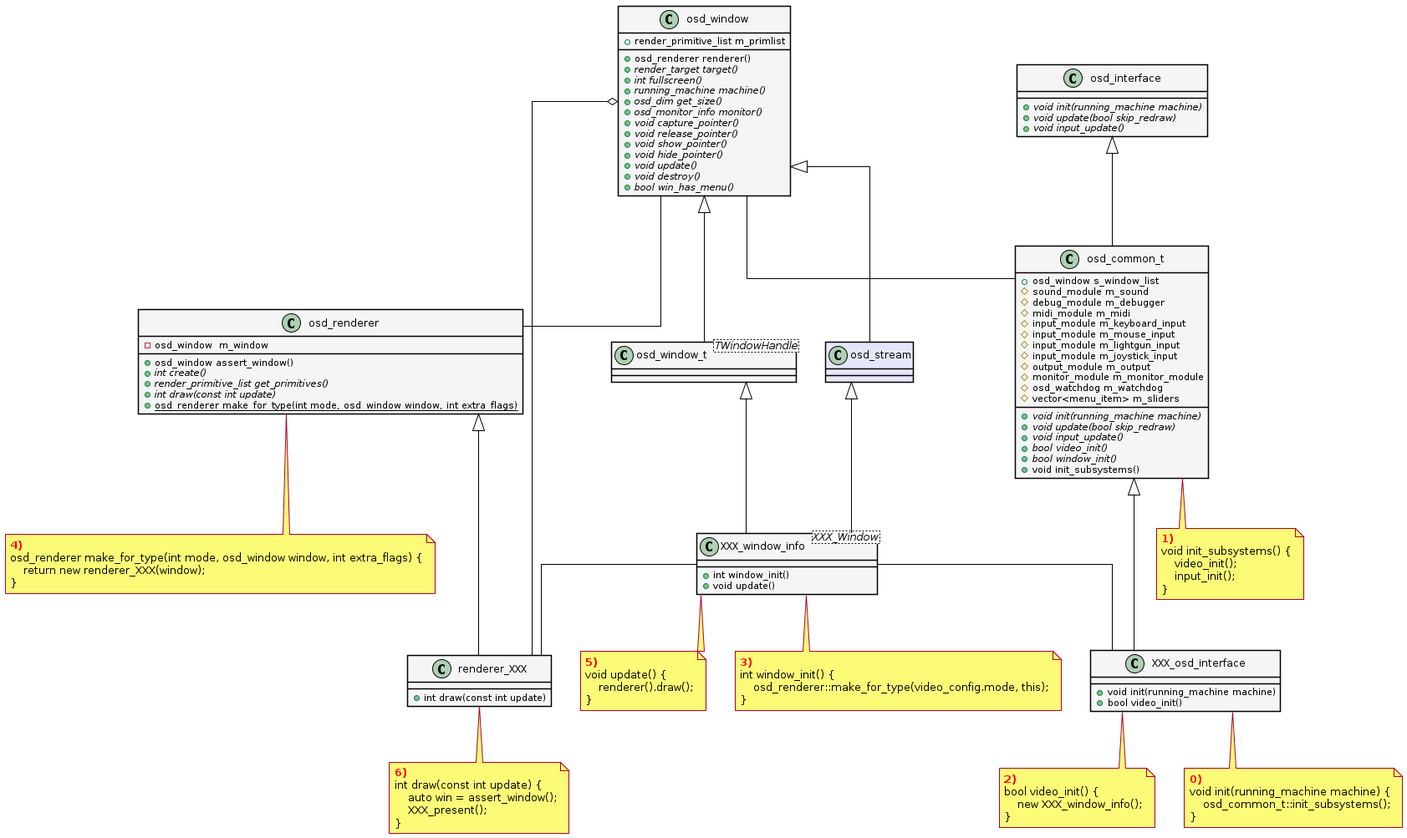
mikymaione/MAMEStreamingPlatform keeps this PlantUML diagram as Streaming/mame.png. Above is the earlier version.
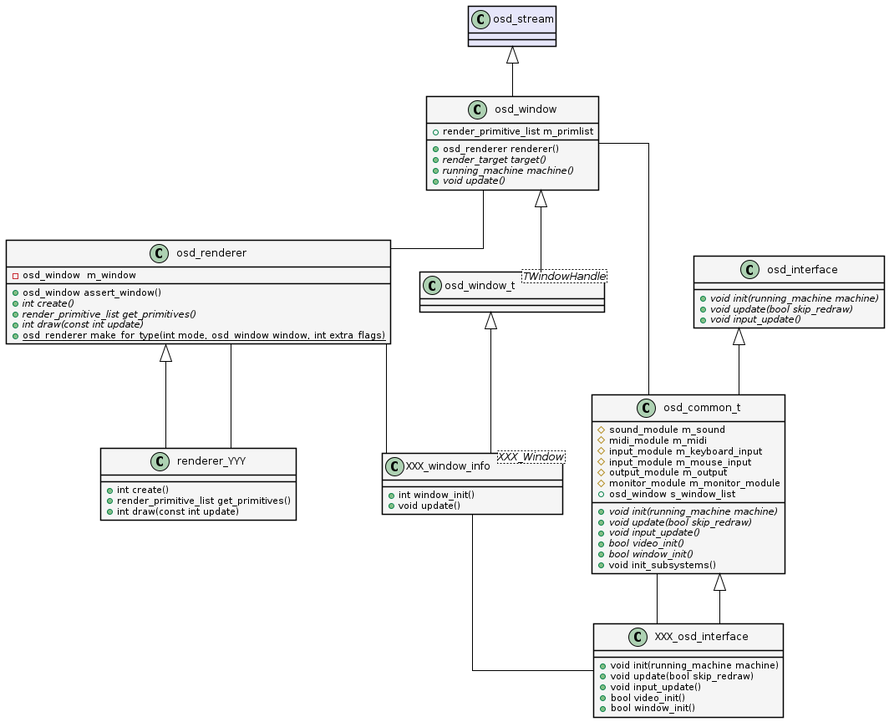
After the change.

What changed in the source:
```diff
@@ -1,21 +1,13 @@
 @startuml mame
 
-page 2x1
-
-skinparam linetype ortho
+skinparam LineType ortho
 skinparam ArrowColor black
-skinparam shadowing false
+skinparam Shadowing false
 
 skinparam class {
     BackgroundColor WhiteSmoke
     BorderColor black
 }
-
-skinparam package {
-    BackgroundColor Linen
-}
-
-set namespaceSeparator ::
 
 class osd_renderer {
     -osd_window  m_window
@@ -26,90 +18,45 @@
     {static} +osd_renderer make_for_type(int mode, osd_window window, int extra_flags)
 }
 
-note as note_osd_renderer_make_for_type
-<b><color:Red>4)</color></b>
-osd_renderer make_for_type(int mode, osd_window window, int extra_flags) {
-    return new renderer_XXX(window);
-}
-end note
-
-class renderer_XXX extends osd_renderer {
+class renderer_YYY extends osd_renderer {
+    +int create()
+    +render_primitive_list get_primitives()
     +int draw(const int update)
 }
 
-note as note_renderer_XXX
-<b><color:Red>6)</color></b>
-int draw(const int update) {
-    auto win = assert_window();
-    XXX_present();
-}
-end note
-
-osd_window o-- renderer_XXX
 osd_window -- osd_renderer
+renderer_YYY -- osd_renderer
 
 class osd_window_t<TWindowHandle> extends osd_window
 
-XXX_window_info -- renderer_XXX
+class osd_stream #Lavender
 
-class osd_window {
+class osd_window extends osd_stream {
     +render_primitive_list m_primlist
     +osd_renderer renderer()
     {abstract} +render_target target()
-    {abstract} +int fullscreen()
     {abstract} +running_machine machine()
-    {abstract} +osd_dim get_size()
-    {abstract} +osd_monitor_info monitor()
-    {abstract} +void capture_pointer()
-    {abstract} +void release_pointer()
-    {abstract} +void show_pointer()
-    {abstract} +void hide_pointer()
     {abstract} +void update()
-    {abstract} +void destroy()
-    {abstract} +bool win_has_menu()
 }
 
-osd_stream <|-- XXX_window_info
-
-class osd_stream #Lavender extends osd_window
-
-class XXX_window_info<XXX_Window> {
+class XXX_window_info<XXX_Window> extends osd_window_t {
     +int window_init()
     +void update()
 }
 
-osd_window_t <|-- XXX_window_info
-osd_common_t <|-- XXX_osd_interface
+osd_renderer -- XXX_window_info
+osd_common_t -- XXX_osd_interface
 XXX_window_info -- XXX_osd_interface
 
-class XXX_osd_interface {
+class XXX_osd_interface extends osd_common_t {
     +void init(running_machine machine)
+    +void update(bool skip_redraw)
+    +void input_update()
     +bool video_init()
+    +bool window_init()
 }
 
-note as note_5_XXX_window_info
-<b><color:Red>5)</color></b>
-void update() {
-    renderer().draw();
-}
-end note
-
-note as note_4_XXX_window_info
-<b><color:Red>3)</color></b>
-int window_init() {
-    osd_renderer::make_for_type(video_config.mode, this);
-}
-end note
-
-note as note_2_XXX_osd_interface
-<b><color:Red>2)</color></b>
-bool video_init() {
-    new XXX_window_info();
-}
-end note
-
 osd_window -- osd_common_t
-osd_interface <|-- osd_common_t
 
 class osd_interface {
 	{abstract} +void init(running_machine machine)
@@ -117,19 +64,14 @@
 	{abstract} +void input_update()
 }
 
-class osd_common_t {
-    +osd_window s_window_list
+class osd_common_t extends osd_interface {
     #sound_module m_sound
-    #debug_module m_debugger
     #midi_module m_midi
     #input_module m_keyboard_input
     #input_module m_mouse_input
-    #input_module m_lightgun_input
-    #input_module m_joystick_input
     #output_module m_output
     #monitor_module m_monitor_module
-    #osd_watchdog m_watchdog
-    #vector<menu_item> m_sliders
+    +osd_window s_window_list
     {abstract} + void init(running_machine machine)
     {abstract} + void update(bool skip_redraw)
     {abstract} + void input_update()
@@ -138,27 +80,4 @@
     +void init_subsystems()
 }
 
-note as note_osd_common_t_init_subsystems
-<b><color:Red>1)</color></b>
-void init_subsystems() {
-    video_init();
-    input_init();
-}
-end note
-
-note as note_XXX_osd_interface_init
-<b><color:Red>0)</color></b>
-void init(running_machine machine) {
-    osd_common_t::init_subsystems();
-}
-end note
-
-osd_renderer .. note_osd_renderer_make_for_type
-osd_common_t .. note_osd_common_t_init_subsystems
-renderer_XXX .. note_renderer_XXX
-XXX_osd_interface .. note_2_XXX_osd_interface
-XXX_osd_interface .. note_XXX_osd_interface_init
-XXX_window_info .. note_4_XXX_window_info
-XXX_window_info .. note_5_XXX_window_info
-
 @enduml
```
